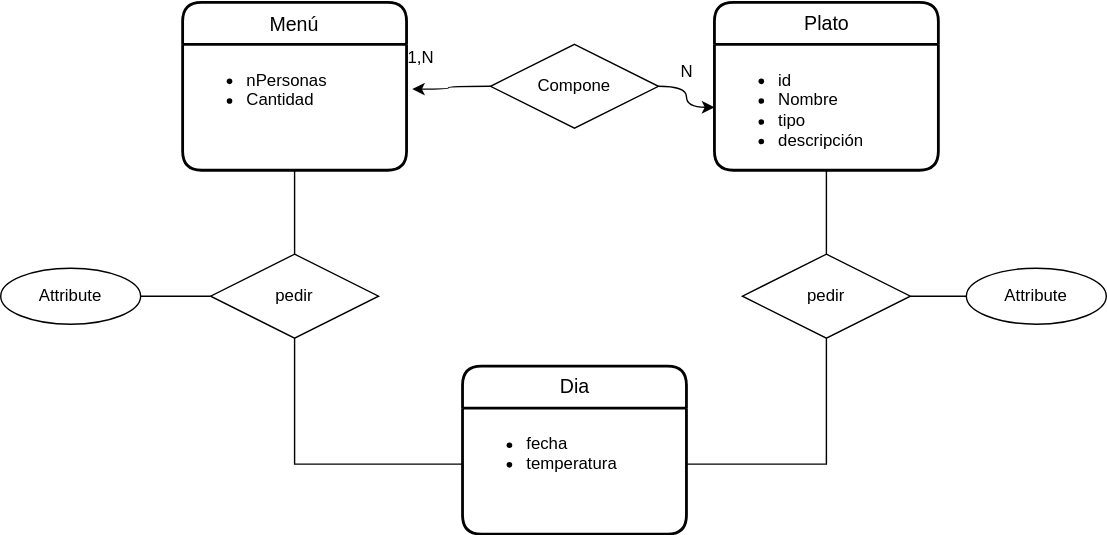
The draw.io diagram UD12-15.svg in Jimxx22/C3-UD11-UML, before a commit. Source tidied: cells renumbered, new cells last; positions are measured from the earlier drawing's top-left corner, leaving out a move shared by most shapes.
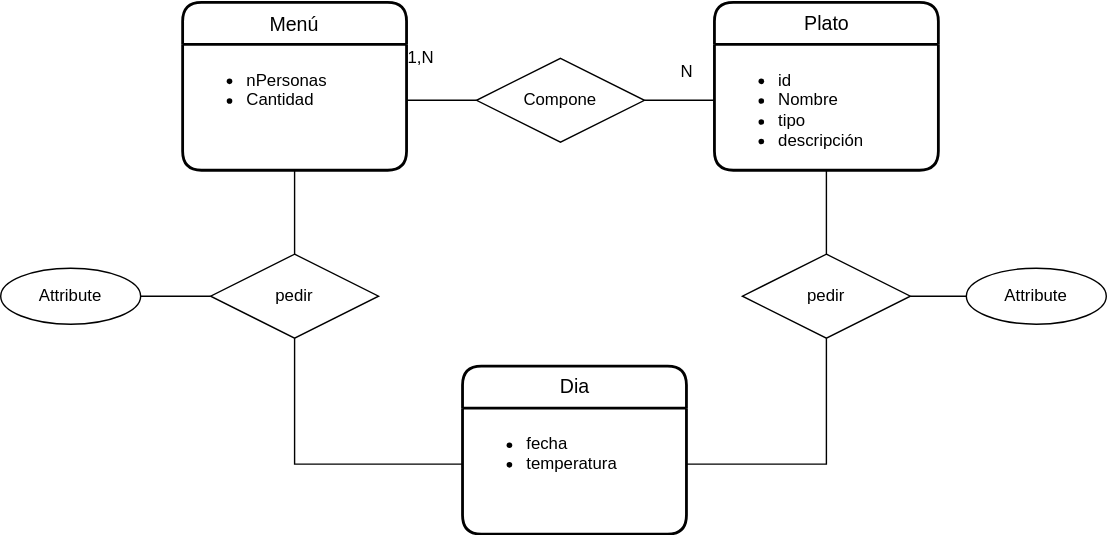
Above is the later version.

Change to the diagram source:
```diff
@@ -20,17 +20,11 @@
     <mxCell id="7" value="&lt;ul&gt;&lt;li&gt;fecha&lt;/li&gt;&lt;li&gt;temperatura&lt;/li&gt;&lt;/ul&gt;" style="align=left;strokeColor=none;fillColor=none;spacingLeft=4;fontSize=12;verticalAlign=top;labelBackgroundColor=none;html=1;" parent="6" vertex="1">
       <mxGeometry y="30" width="160" height="90" as="geometry" />
     </mxCell>
-    <mxCell id="8" style="edgeStyle=orthogonalEdgeStyle;curved=1;rounded=0;jettySize=auto;html=1;exitX=0;exitY=0.5;exitDx=0;exitDy=0;entryX=1.025;entryY=0.356;entryDx=0;entryDy=0;entryPerimeter=0;" parent="1" edge="1" source="11" target="5">
-      <mxGeometry relative="1" as="geometry" />
-    </mxCell>
     <mxCell id="9" value="pedir" style="shape=rhombus;perimeter=rhombusPerimeter;whiteSpace=wrap;html=1;align=center;labelBackgroundColor=none;" parent="1" vertex="1">
       <mxGeometry x="150" y="180" width="120" height="60" as="geometry" />
     </mxCell>
-    <mxCell id="10" style="edgeStyle=orthogonalEdgeStyle;curved=1;rounded=0;jettySize=auto;html=1;exitX=1;exitY=0.5;exitDx=0;exitDy=0;entryX=0;entryY=0.5;entryDx=0;entryDy=0;" parent="1" edge="1" source="11" target="3">
-      <mxGeometry relative="1" as="geometry" />
-    </mxCell>
     <mxCell id="11" value="Compone" style="shape=rhombus;perimeter=rhombusPerimeter;whiteSpace=wrap;html=1;align=center;" parent="1" vertex="1">
-      <mxGeometry x="350" y="30" width="120" height="60" as="geometry" />
+      <mxGeometry x="340" y="40" width="120" height="60" as="geometry" />
     </mxCell>
     <mxCell id="12" value="pedir" style="shape=rhombus;perimeter=rhombusPerimeter;whiteSpace=wrap;html=1;align=center;labelBackgroundColor=none;" parent="1" vertex="1">
       <mxGeometry x="530" y="180" width="120" height="60" as="geometry" />
@@ -75,5 +69,15 @@
     <mxCell id="22" style="endArrow=none;html=1;rounded=0;labelBackgroundColor=none;entryX=0;entryY=0.5;entryDx=0;entryDy=0;exitX=1;exitY=0.5;exitDx=0;exitDy=0;" parent="1" edge="1" source="12" target="18">
       <mxGeometry relative="1" as="geometry" />
     </mxCell>
+    <mxCell id="23" style="endArrow=none;html=1;rounded=0;labelBackgroundColor=none;entryX=0;entryY=0.5;entryDx=0;entryDy=0;" parent="1" edge="1" target="11">
+      <mxGeometry relative="1" as="geometry">
+        <mxPoint x="290" y="70" as="sourcePoint" />
+      </mxGeometry>
+    </mxCell>
+    <mxCell id="24" style="endArrow=none;html=1;rounded=0;labelBackgroundColor=none;exitX=1;exitY=0.5;exitDx=0;exitDy=0;" parent="1" edge="1" source="11">
+      <mxGeometry relative="1" as="geometry">
+        <mxPoint x="510" y="70" as="targetPoint" />
+      </mxGeometry>
+    </mxCell>
   </root>
 </mxGraphModel>
```
